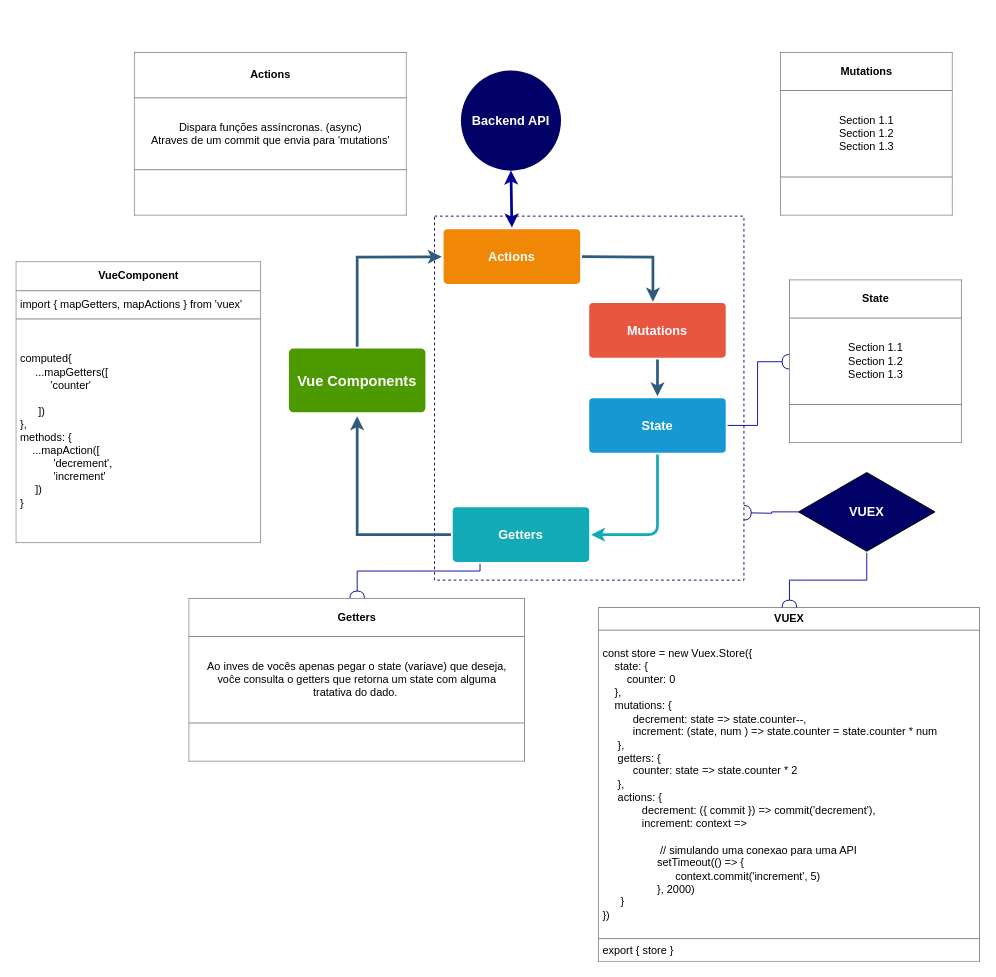
This is Untitled Diagram.drawio from danieltugok/app.diagrams, a draw.io file, before an edit. Source tidied: cells renumbered, new cells numbered last; positions are measured from the earlier drawing's top-left corner, leaving out a move shared by most shapes. Both pictures are drawn from the tidied source at 91%, with x=0, y=0 at pixel (15, 52).
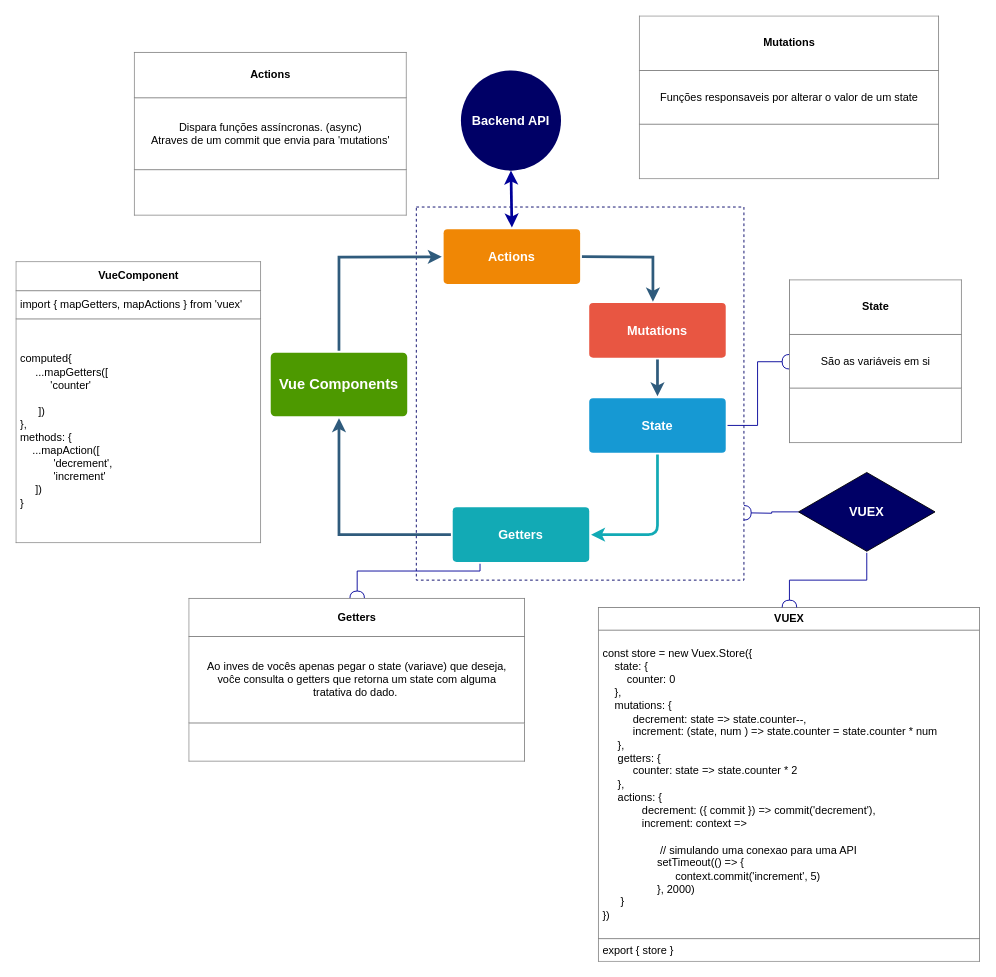
After the change.

Commit message:
diagrama vuex completo

Unchanged cells that the change refers to:
```xml
<mxCell id="9" value="Actions" style="rounded=1;whiteSpace=wrap;html=1;shadow=0;labelBackgroundColor=none;strokeColor=none;strokeWidth=3;fillColor=#F08705;fontFamily=Helvetica;fontSize=14;fontColor=#FFFFFF;align=center;spacing=5;fontStyle=1;arcSize=7;perimeterSpacing=2;" parent="1" vertex="1">
  <mxGeometry x="470" y="194.5" width="150" height="60" as="geometry" />
</mxCell>
<mxCell id="11" value="Getters" style="rounded=1;whiteSpace=wrap;html=1;shadow=0;labelBackgroundColor=none;strokeColor=none;strokeWidth=3;fillColor=#12aab5;fontFamily=Helvetica;fontSize=14;fontColor=#FFFFFF;align=center;spacing=5;fontStyle=1;arcSize=7;perimeterSpacing=2;" parent="1" vertex="1">
  <mxGeometry x="480" y="500" width="150" height="60" as="geometry" />
</mxCell>
```

Change to the diagram source:
```diff
@@
     <mxCell id="2" style="rounded=0;whiteSpace=wrap;html=1;dashed=1;fillColor=none;strokeColor=#000066;" parent="1" vertex="1">
-      <mxGeometry x="460" y="180" width="340" height="400" as="geometry" />
+      <mxGeometry x="440" y="170" width="360" height="410" as="geometry" />
     </mxCell>
-    <mxCell id="3" style="edgeStyle=none;rounded=0;jumpStyle=none;html=1;shadow=0;labelBackgroundColor=none;startArrow=none;startFill=0;endArrow=classic;endFill=1;jettySize=auto;strokeColor=#2F5B7C;strokeWidth=3;fontFamily=Helvetica;fontSize=16;fontColor=#23445D;spacing=5;" parent="1" edge="1" source="7" target="9">
+    <mxCell id="3" style="edgeStyle=none;rounded=0;jumpStyle=none;html=1;shadow=0;labelBackgroundColor=none;startArrow=none;startFill=0;endArrow=classic;endFill=1;jettySize=auto;strokeColor=#2F5B7C;strokeWidth=3;fontFamily=Helvetica;fontSize=16;fontColor=#23445D;spacing=5;exitX=0.5;exitY=0;exitDx=0;exitDy=0;" parent="1" edge="1" source="7" target="9">
       <mxGeometry relative="1" as="geometry">
         <Array as="points">
-          <mxPoint x="375" y="225" />
+          <mxPoint x="355" y="225" />
         </Array>
       </mxGeometry>
     </mxCell>
-    <mxCell id="4" style="edgeStyle=none;rounded=0;jumpStyle=none;html=1;shadow=0;labelBackgroundColor=none;startArrow=none;startFill=0;endArrow=classic;endFill=1;jettySize=auto;strokeColor=#2F5B7C;strokeWidth=3;fontFamily=Helvetica;fontSize=16;fontColor=#23445D;spacing=5;exitX=0;exitY=0.5;exitDx=0;exitDy=0;" parent="1" edge="1" source="11">
+    <mxCell id="4" style="edgeStyle=none;rounded=0;jumpStyle=none;html=1;shadow=0;labelBackgroundColor=none;startArrow=none;startFill=0;endArrow=classic;endFill=1;jettySize=auto;strokeColor=#2F5B7C;strokeWidth=3;fontFamily=Helvetica;fontSize=16;fontColor=#23445D;spacing=5;exitX=0;exitY=0.5;exitDx=0;exitDy=0;entryX=0.5;entryY=1;entryDx=0;entryDy=0;" parent="1" edge="1" source="11" target="7">
       <mxGeometry relative="1" as="geometry">
-        <mxPoint x="375" y="400" as="targetPoint" />
         <Array as="points">
-          <mxPoint x="375" y="530" />
+          <mxPoint x="355" y="530" />
         </Array>
       </mxGeometry>
     </mxCell>
@@
     <mxCell id="7" value="Vue Components" style="rounded=1;whiteSpace=wrap;html=1;shadow=0;labelBackgroundColor=none;strokeColor=none;strokeWidth=3;fontFamily=Helvetica;fontSize=16;fontColor=#FFFFFF;align=center;fontStyle=1;spacing=5;arcSize=7;perimeterSpacing=2;fillColor=#4D9900;" parent="1" vertex="1">
-      <mxGeometry x="300" y="325.5" width="150" height="70" as="geometry" />
+      <mxGeometry x="280" y="330" width="150" height="70" as="geometry" />
     </mxCell>
@@
-    <mxCell id="23" value="&lt;table border=&quot;1&quot; width=&quot;100%&quot; cellpadding=&quot;4&quot; style=&quot;width: 100% ; height: 100% ; border-collapse: collapse&quot;&gt;&lt;tbody&gt;&lt;tr&gt;&lt;th align=&quot;center&quot;&gt;Mutations&lt;/th&gt;&lt;/tr&gt;&lt;tr&gt;&lt;td align=&quot;center&quot;&gt;Section 1.1&lt;br&gt;Section 1.2&lt;br&gt;Section 1.3&lt;/td&gt;&lt;/tr&gt;&lt;tr&gt;&lt;td align=&quot;center&quot;&gt;&lt;br&gt;&lt;/td&gt;&lt;/tr&gt;&lt;/tbody&gt;&lt;/table&gt;" style="text;html=1;strokeColor=none;overflow=fill;fillColor=#ffffff;" parent="1" vertex="1">
-      <mxGeometry x="840" width="190" height="180" as="geometry" />
+    <mxCell id="23" value="&lt;table border=&quot;1&quot; width=&quot;100%&quot; cellpadding=&quot;4&quot; style=&quot;width: 100% ; height: 100% ; border-collapse: collapse&quot;&gt;&lt;tbody&gt;&lt;tr&gt;&lt;th align=&quot;center&quot;&gt;Mutations&lt;/th&gt;&lt;/tr&gt;&lt;tr&gt;&lt;td align=&quot;center&quot;&gt;Funções responsaveis por alterar o valor de um state&lt;/td&gt;&lt;/tr&gt;&lt;tr&gt;&lt;td align=&quot;center&quot;&gt;&lt;br&gt;&lt;/td&gt;&lt;/tr&gt;&lt;/tbody&gt;&lt;/table&gt;" style="text;html=1;strokeColor=none;overflow=fill;fillColor=#ffffff;" parent="1" vertex="1">
+      <mxGeometry x="685" y="-40" width="330" height="180" as="geometry" />
     </mxCell>
-    <mxCell id="24" value="&lt;table border=&quot;1&quot; width=&quot;100%&quot; cellpadding=&quot;4&quot; style=&quot;width: 100% ; height: 100% ; border-collapse: collapse&quot;&gt;&lt;tbody&gt;&lt;tr&gt;&lt;th align=&quot;center&quot;&gt;State&lt;/th&gt;&lt;/tr&gt;&lt;tr&gt;&lt;td align=&quot;center&quot;&gt;Section 1.1&lt;br&gt;Section 1.2&lt;br&gt;Section 1.3&lt;/td&gt;&lt;/tr&gt;&lt;tr&gt;&lt;td align=&quot;center&quot;&gt;&lt;br&gt;&lt;/td&gt;&lt;/tr&gt;&lt;/tbody&gt;&lt;/table&gt;" style="text;html=1;strokeColor=none;overflow=fill;fillColor=#ffffff;" parent="1" vertex="1">
+    <mxCell id="24" value="&lt;table border=&quot;1&quot; width=&quot;100%&quot; cellpadding=&quot;4&quot; style=&quot;width: 100% ; height: 100% ; border-collapse: collapse&quot;&gt;&lt;tbody&gt;&lt;tr&gt;&lt;th align=&quot;center&quot;&gt;State&lt;/th&gt;&lt;/tr&gt;&lt;tr&gt;&lt;td align=&quot;center&quot;&gt;São as variáveis em si&lt;/td&gt;&lt;/tr&gt;&lt;tr&gt;&lt;td align=&quot;center&quot;&gt;&lt;br&gt;&lt;/td&gt;&lt;/tr&gt;&lt;/tbody&gt;&lt;/table&gt;" style="text;html=1;strokeColor=none;overflow=fill;fillColor=#ffffff;" parent="1" vertex="1">
       <mxGeometry x="850" y="250" width="190" height="180" as="geometry" />
     </mxCell>
```
